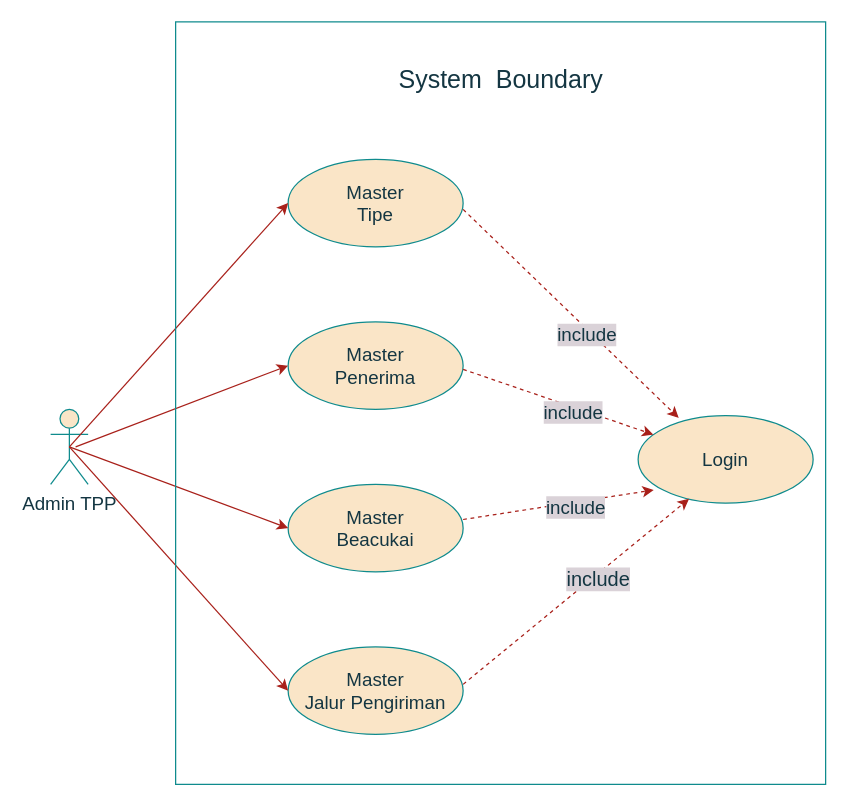
Above: page "USE CASE Admin TPP Master" (1 of 4) of USE CASE.drawio in cuangshulhan/UML (draw.io), before the change. Source tidied: cells renumbered, new cells numbered last; positions are measured from the earlier drawing's top-left corner, leaving out a move shared by most shapes. Both pictures are drawn from the tidied source at 125%, with x=0, y=0 at pixel (50, 21).
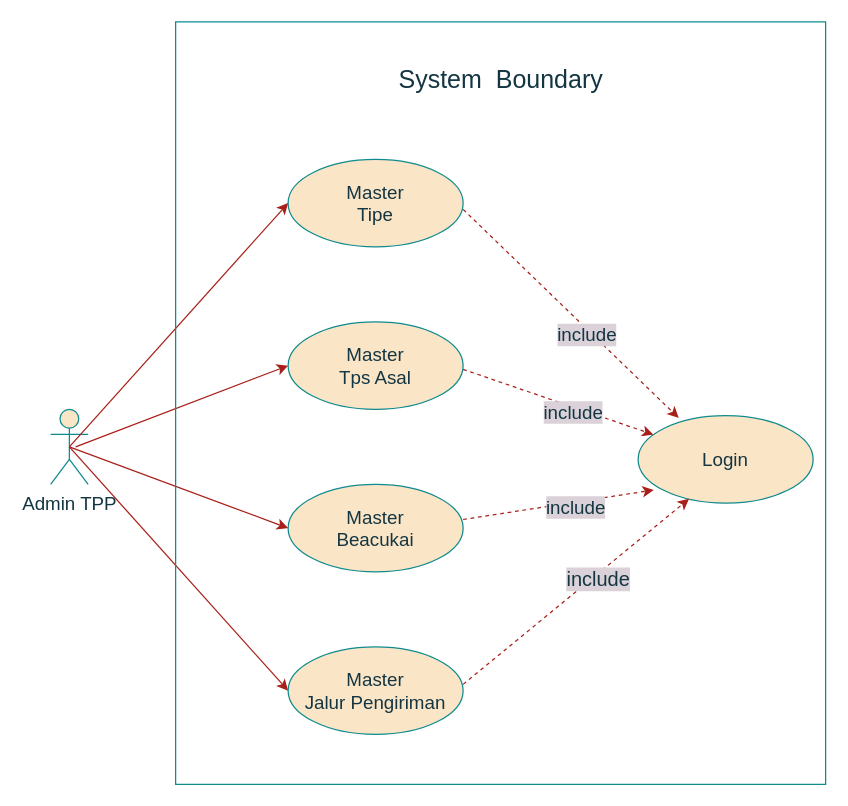
The same page after the edit.

Diff of the diagram source:
```diff
@@
-    <mxCell id="4" value="&lt;div&gt;&lt;font style=&quot;font-size: 15px&quot;&gt;Master &lt;br&gt;&lt;/font&gt;&lt;/div&gt;&lt;div&gt;&lt;font style=&quot;font-size: 15px&quot;&gt;Penerima&lt;/font&gt;&lt;/div&gt;" style="ellipse;whiteSpace=wrap;html=1;fillColor=#FAE5C7;strokeColor=#0F8B8D;fontColor=#143642;" parent="1" vertex="1">
+    <mxCell id="4" value="&lt;div&gt;&lt;font style=&quot;font-size: 15px&quot;&gt;Master &lt;br&gt;&lt;/font&gt;&lt;/div&gt;&lt;div&gt;&lt;font style=&quot;font-size: 15px&quot;&gt;Tps Asal&lt;br&gt;&lt;/font&gt;&lt;/div&gt;" style="ellipse;whiteSpace=wrap;html=1;fillColor=#FAE5C7;strokeColor=#0F8B8D;fontColor=#143642;" parent="1" vertex="1">
       <mxGeometry x="190" y="240" width="140" height="70" as="geometry" />
     </mxCell>
```
